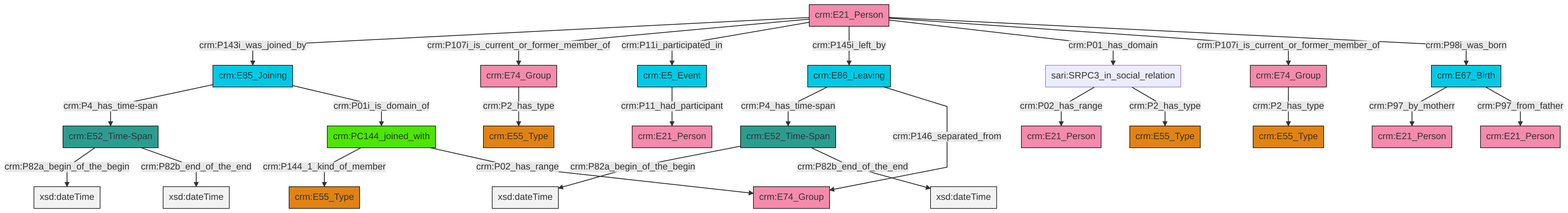
This is et/personCSV/ttl/mmd/png/Person_Actor_Relations.png from swiss-art-research-net/docs.swissartresearch, a Mermaid export, as it was before one commit. Its source is kept beside it as et/personCSV/ttl/mmd/Person_Actor_Relations.ttl.mmd.
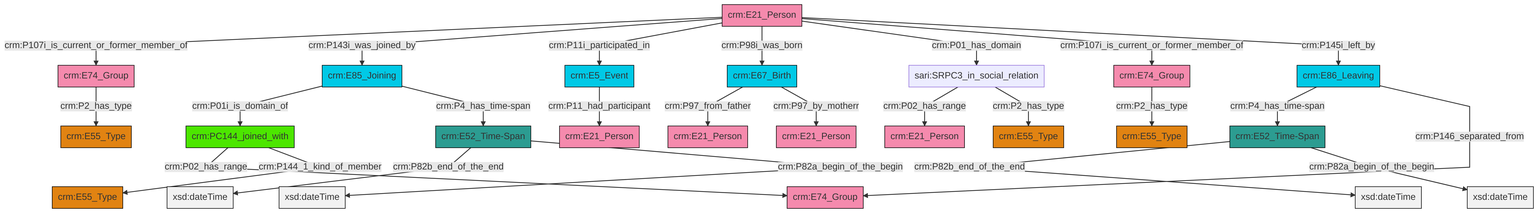
The same file after the commit.

The edit, as a diff of the source:
```diff
@@ -13,27 +13,27 @@
 classDef PC_Classes fill:#4ce600, stroke:#000000;
 classDef Multi fill:#cccccc,stroke:#000000;
 
-4["crm:E52_Time-Span"]:::Time-Span -->|crm:P82a_begin_of_the_begin| 8[xsd:dateTime]:::Literal
-9["crm:E21_Person"]:::Actor -->|crm:P143i_was_joined_by| 10["crm:E85_Joining"]:::Temporal_Entity
-9["crm:E21_Person"]:::Actor -->|crm:P107i_is_current_or_former_member_of| 13["crm:E74_Group"]:::Actor
-9["crm:E21_Person"]:::Actor -->|crm:P11i_participated_in| 14["crm:E5_Event"]:::Temporal_Entity
-17["crm:E86_Leaving"]:::Temporal_Entity -->|crm:P4_has_time-span| 18["crm:E52_Time-Span"]:::Time-Span
-25["crm:E67_Birth"]:::Temporal_Entity -->|crm:P97_by_motherr| 21["crm:E21_Person"]:::Actor
-14["crm:E5_Event"]:::Temporal_Entity -->|crm:P11_had_participant| 28["crm:E21_Person"]:::Actor
-10["crm:E85_Joining"]:::Temporal_Entity -->|crm:P4_has_time-span| 4["crm:E52_Time-Span"]:::Time-Span
-17["crm:E86_Leaving"]:::Temporal_Entity -->|crm:P146_separated_from| 6["crm:E74_Group"]:::Actor
-9["crm:E21_Person"]:::Actor -->|crm:P145i_left_by| 17["crm:E86_Leaving"]:::Temporal_Entity
-31["crm:PC144_joined_with"]:::PC_Classes -->|crm:P144_1_kind_of_member| 19["crm:E55_Type"]:::Type
-15["crm:E74_Group"]:::Actor -->|crm:P2_has_type| 11["crm:E55_Type"]:::Type
-31["crm:PC144_joined_with"]:::PC_Classes -->|crm:P02_has_range| 6["crm:E74_Group"]:::Actor
-23["sari:SRPC3_in_social_relation"]:::Default -->|crm:P02_has_range| 33["crm:E21_Person"]:::Actor
-10["crm:E85_Joining"]:::Temporal_Entity -->|crm:P01i_is_domain_of| 31["crm:PC144_joined_with"]:::PC_Classes
-25["crm:E67_Birth"]:::Temporal_Entity -->|crm:P97_from_father| 0["crm:E21_Person"]:::Actor
-18["crm:E52_Time-Span"]:::Time-Span -->|crm:P82a_begin_of_the_begin| 36[xsd:dateTime]:::Literal
-9["crm:E21_Person"]:::Actor -->|crm:P01_has_domain| 23["sari:SRPC3_in_social_relation"]:::Default
-9["crm:E21_Person"]:::Actor -->|crm:P107i_is_current_or_former_member_of| 15["crm:E74_Group"]:::Actor
-9["crm:E21_Person"]:::Actor -->|crm:P98i_was_born| 25["crm:E67_Birth"]:::Temporal_Entity
-13["crm:E74_Group"]:::Actor -->|crm:P2_has_type| 26["crm:E55_Type"]:::Type
-23["sari:SRPC3_in_social_relation"]:::Default -->|crm:P2_has_type| 2["crm:E55_Type"]:::Type
-18["crm:E52_Time-Span"]:::Time-Span -->|crm:P82b_end_of_the_end| 41[xsd:dateTime]:::Literal
-4["crm:E52_Time-Span"]:::Time-Span -->|crm:P82b_end_of_the_end| 43[xsd:dateTime]:::Literal
+0["crm:E52_Time-Span"]:::Time-Span -->|crm:P82b_end_of_the_end| 1[xsd:dateTime]:::Literal
+2["crm:E21_Person"]:::Actor -->|crm:P107i_is_current_or_former_member_of| 3["crm:E74_Group"]:::Actor
+10["crm:E52_Time-Span"]:::Time-Span -->|crm:P82b_end_of_the_end| 11[xsd:dateTime]:::Literal
+2["crm:E21_Person"]:::Actor -->|crm:P143i_was_joined_by| 12["crm:E85_Joining"]:::Temporal_Entity
+17["crm:E67_Birth"]:::Temporal_Entity -->|crm:P97_from_father| 18["crm:E21_Person"]:::Actor
+0["crm:E52_Time-Span"]:::Time-Span -->|crm:P82a_begin_of_the_begin| 21[xsd:dateTime]:::Literal
+2["crm:E21_Person"]:::Actor -->|crm:P11i_participated_in| 26["crm:E5_Event"]:::Temporal_Entity
+8["crm:E86_Leaving"]:::Temporal_Entity -->|crm:P4_has_time-span| 10["crm:E52_Time-Span"]:::Time-Span
+26["crm:E5_Event"]:::Temporal_Entity -->|crm:P11_had_participant| 24["crm:E21_Person"]:::Actor
+13["crm:PC144_joined_with"]:::PC_Classes -->|crm:P02_has_range| 22["crm:E74_Group"]:::Actor
+8["crm:E86_Leaving"]:::Temporal_Entity -->|crm:P146_separated_from| 22["crm:E74_Group"]:::Actor
+2["crm:E21_Person"]:::Actor -->|crm:P98i_was_born| 17["crm:E67_Birth"]:::Temporal_Entity
+13["crm:PC144_joined_with"]:::PC_Classes -->|crm:P144_1_kind_of_member| 31["crm:E55_Type"]:::Type
+2["crm:E21_Person"]:::Actor -->|crm:P01_has_domain| 36["sari:SRPC3_in_social_relation"]:::Default
+36["sari:SRPC3_in_social_relation"]:::Default -->|crm:P02_has_range| 15["crm:E21_Person"]:::Actor
+10["crm:E52_Time-Span"]:::Time-Span -->|crm:P82a_begin_of_the_begin| 37[xsd:dateTime]:::Literal
+38["crm:E74_Group"]:::Actor -->|crm:P2_has_type| 28["crm:E55_Type"]:::Type
+17["crm:E67_Birth"]:::Temporal_Entity -->|crm:P97_by_motherr| 19["crm:E21_Person"]:::Actor
+12["crm:E85_Joining"]:::Temporal_Entity -->|crm:P01i_is_domain_of| 13["crm:PC144_joined_with"]:::PC_Classes
+2["crm:E21_Person"]:::Actor -->|crm:P107i_is_current_or_former_member_of| 38["crm:E74_Group"]:::Actor
+3["crm:E74_Group"]:::Actor -->|crm:P2_has_type| 6["crm:E55_Type"]:::Type
+2["crm:E21_Person"]:::Actor -->|crm:P145i_left_by| 8["crm:E86_Leaving"]:::Temporal_Entity
+36["sari:SRPC3_in_social_relation"]:::Default -->|crm:P2_has_type| 4["crm:E55_Type"]:::Type
+12["crm:E85_Joining"]:::Temporal_Entity -->|crm:P4_has_time-span| 0["crm:E52_Time-Span"]:::Time-Span
```
